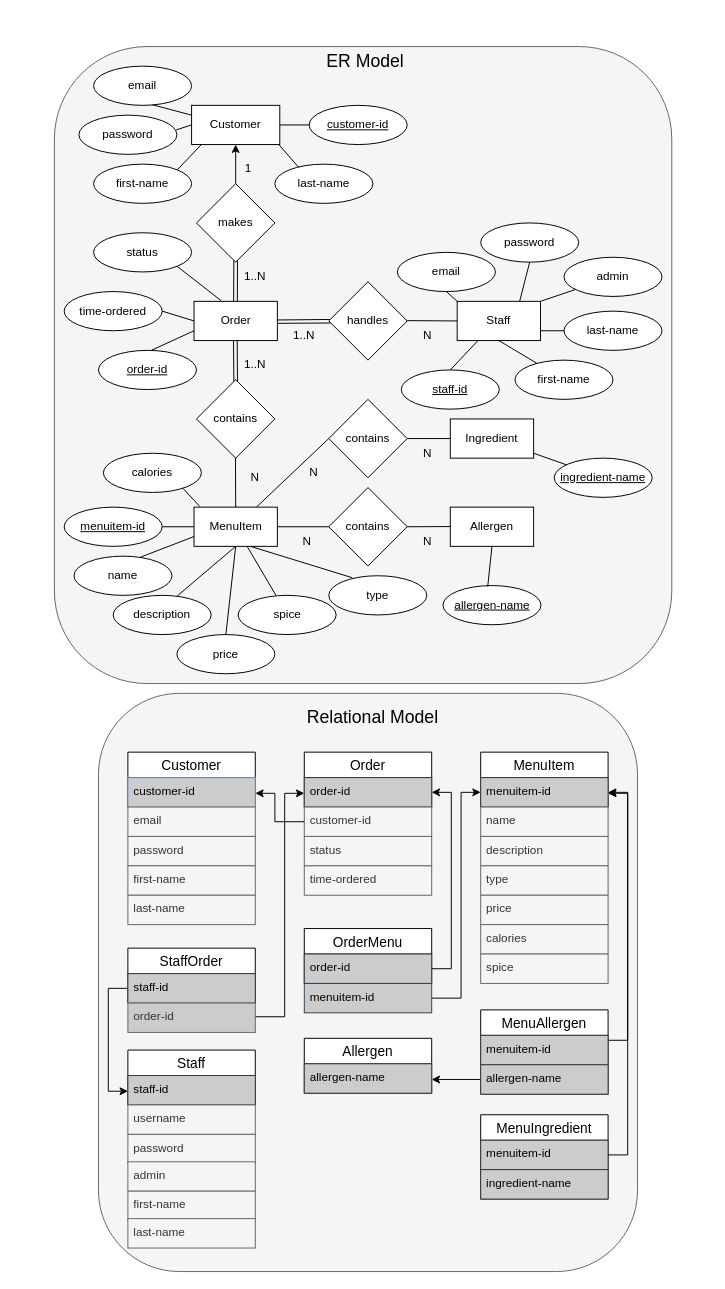
Before: backend/resources/entity_relation.drawio in Ideapersie/TeamProjec23, a draw.io diagram. Source tidied: cells renumbered, new cells numbered last; positions are measured from the earlier drawing's top-left corner, leaving out a move shared by most shapes. Both pictures are drawn from the tidied source at 98%, with x=0, y=0 at pixel (54, 46).
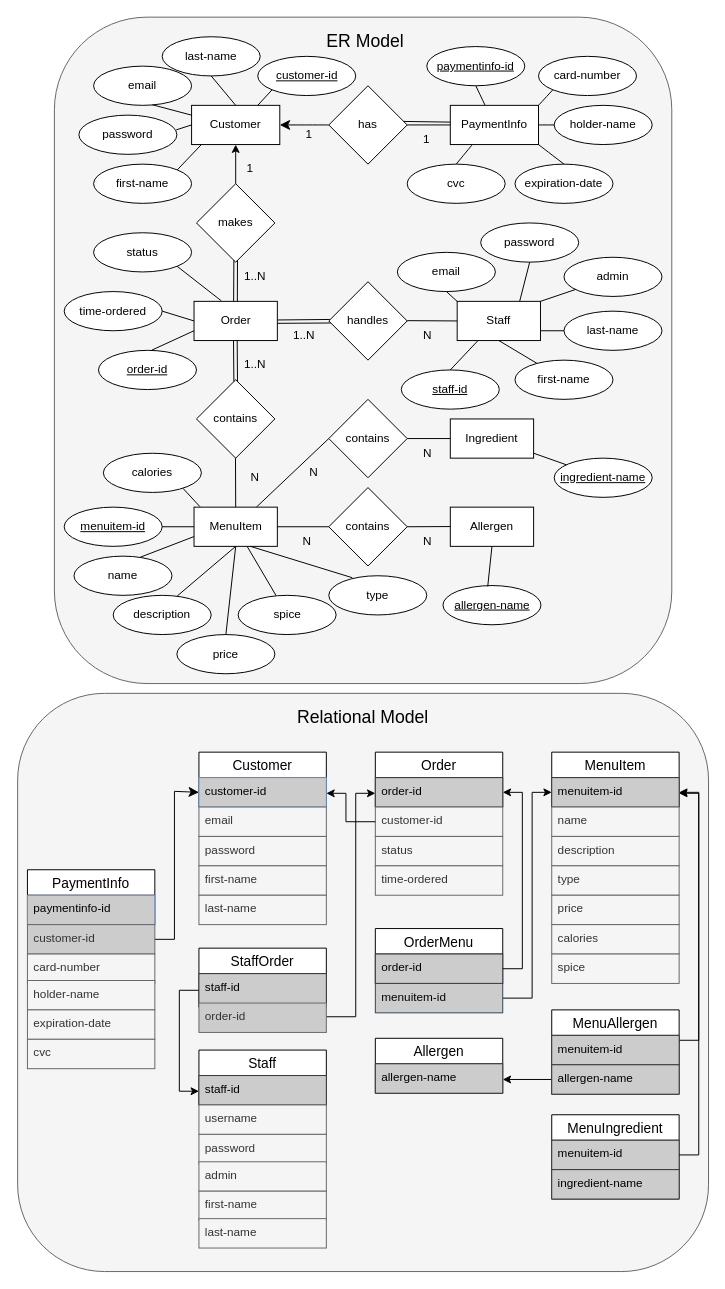
The same page after the edit.

Commit message:
Update ER diagram to contain PaymentInfo table

Users should be able to store their payment information for quicker checkout.

Unchanged cells that the change refers to:
```xml
<mxCell id="3" value="Customer" style="rounded=0;whiteSpace=wrap;html=1;" parent="1" vertex="1">
  <mxGeometry x="140" y="60" width="90" height="40" as="geometry" />
</mxCell>
<mxCell id="54" value="customer-id" style="text;strokeColor=#6c8ebf;fillColor=#CCCCCC;spacingLeft=4;spacingRight=4;overflow=hidden;points=[[0,0.5],[1,0.5]];portConstraint=eastwest;fontSize=12;whiteSpace=wrap;html=1;" parent="53" vertex="1">
  <mxGeometry y="26" width="130" height="30" as="geometry" />
</mxCell>
<mxCell id="61" value="Order" style="swimlane;fontStyle=0;horizontal=1;startSize=26;align=center;fontSize=14;" parent="60" vertex="1">
  <mxGeometry width="130" height="56" as="geometry" />
</mxCell>
<mxCell id="62" value="order-id" style="text;strokeColor=#36393d;fillColor=#CCCCCC;spacingLeft=4;spacingRight=4;overflow=hidden;points=[[0,0.5],[1,0.5]];portConstraint=eastwest;fontSize=12;whiteSpace=wrap;html=1;" parent="61" vertex="1">
  <mxGeometry y="26" width="130" height="30" as="geometry" />
</mxCell>
<mxCell id="63" value="customer-id" style="text;strokeColor=#666666;fillColor=#f5f5f5;spacingLeft=4;spacingRight=4;overflow=hidden;points=[[0,0.5],[1,0.5]];portConstraint=eastwest;fontSize=12;whiteSpace=wrap;html=1;fontColor=#333333;" parent="60" vertex="1">
  <mxGeometry y="56" width="130" height="30" as="geometry" />
</mxCell>
<mxCell id="69" value="MenuItem" style="swimlane;fontStyle=0;horizontal=1;startSize=26;align=center;fontSize=14;" parent="68" vertex="1">
  <mxGeometry width="130" height="56" as="geometry" />
</mxCell>
<mxCell id="70" value="menuitem-id" style="text;strokeColor=#36393d;fillColor=#CCCCCC;spacingLeft=4;spacingRight=4;overflow=hidden;points=[[0,0.5],[1,0.5]];portConstraint=eastwest;fontSize=12;whiteSpace=wrap;html=1;" parent="69" vertex="1">
  <mxGeometry y="26" width="130" height="30" as="geometry" />
</mxCell>
<mxCell id="78" value="order-id" style="text;strokeColor=#36393d;fillColor=#CCCCCC;spacingLeft=4;spacingRight=4;overflow=hidden;points=[[0,0.5],[1,0.5]];portConstraint=eastwest;fontSize=12;whiteSpace=wrap;html=1;" parent="77" vertex="1">
  <mxGeometry y="26" width="130" height="30" as="geometry" />
</mxCell>
<mxCell id="133" value="menuitem-id" style="text;strokeColor=#36393d;fillColor=#CCCCCC;spacingLeft=4;spacingRight=4;overflow=hidden;points=[[0,0.5],[1,0.5]];portConstraint=eastwest;fontSize=12;whiteSpace=wrap;html=1;" parent="132" vertex="1">
  <mxGeometry y="26" width="130" height="30" as="geometry" />
</mxCell>
<mxCell id="139" value="menuitem-id" style="text;strokeColor=#36393d;fillColor=#CCCCCC;spacingLeft=4;spacingRight=4;overflow=hidden;points=[[0,0.5],[1,0.5]];portConstraint=eastwest;fontSize=12;whiteSpace=wrap;html=1;" parent="138" vertex="1">
  <mxGeometry y="26" width="130" height="30" as="geometry" />
</mxCell>
```

The edit, as a diff of the source:
```diff
@@
     <mxCell id="2" style="rounded=1;whiteSpace=wrap;html=1;fillColor=#f5f5f5;fontColor=#333333;strokeColor=#666666;glass=0;shadow=0;" parent="1" vertex="1">
-      <mxGeometry width="630" height="650" as="geometry" />
+      <mxGeometry y="-30" width="630" height="680" as="geometry" />
     </mxCell>
@@
     <mxCell id="4" value="customer-id" style="ellipse;whiteSpace=wrap;html=1;align=center;fontStyle=4;" parent="1" vertex="1">
-      <mxGeometry x="260" y="60" width="100" height="40" as="geometry" />
+      <mxGeometry x="207.5" y="10" width="100" height="40" as="geometry" />
     </mxCell>
-    <mxCell id="5" style="endArrow=none;html=1;rounded=0;exitX=1;exitY=0.5;exitDx=0;exitDy=0;entryX=0;entryY=0.5;entryDx=0;entryDy=0;" parent="1" edge="1" source="3" target="4">
+    <mxCell id="5" style="endArrow=none;html=1;rounded=0;exitX=0.75;exitY=0;exitDx=0;exitDy=0;entryX=0;entryY=1;entryDx=0;entryDy=0;" parent="1" edge="1" source="3" target="4">
       <mxGeometry relative="1" as="geometry" />
     </mxCell>
@@
     <mxCell id="52" style="rounded=1;whiteSpace=wrap;html=1;fillColor=#f5f5f5;fontColor=#333333;strokeColor=#666666;glass=0;shadow=0;" parent="1" vertex="1">
-      <mxGeometry x="45" y="660" width="550" height="590" as="geometry" />
+      <mxGeometry x="-37.5" y="660" width="705" height="590" as="geometry" />
     </mxCell>
     <mxCell id="53" value="Customer" style="swimlane;fontStyle=0;horizontal=1;startSize=26;align=center;fontSize=14;" parent="1" vertex="1">
-      <mxGeometry x="75" y="720" width="130" height="56" as="geometry" />
+      <mxGeometry x="147.5" y="720" width="130" height="56" as="geometry" />
     </mxCell>
@@
     <mxCell id="55" value="1" style="text;html=1;strokeColor=none;fillColor=none;align=center;verticalAlign=middle;whiteSpace=wrap;rounded=0;" parent="1" vertex="1">
-      <mxGeometry x="167.5" y="110" width="60" height="30" as="geometry" />
+      <mxGeometry x="170" y="110" width="60" height="30" as="geometry" />
     </mxCell>
@@
     <mxCell id="59" style="group;" parent="1" vertex="1">
-      <mxGeometry x="255" y="720" width="130" height="146" as="geometry" />
+      <mxGeometry x="327.5" y="720" width="130" height="146" as="geometry" />
     </mxCell>
@@
     <mxCell id="66" style="group;" parent="1" vertex="1">
-      <mxGeometry x="435" y="720" width="130" height="236" as="geometry" />
+      <mxGeometry x="507.5" y="720" width="130" height="236" as="geometry" />
     </mxCell>
@@
     <mxCell id="77" value="OrderMenu" style="swimlane;fontStyle=0;horizontal=1;startSize=26;align=center;fontSize=14;" parent="1" vertex="1">
-      <mxGeometry x="255" y="900" width="130" height="56" as="geometry" />
+      <mxGeometry x="327.5" y="900" width="130" height="56" as="geometry" />
     </mxCell>
@@
     <mxCell id="79" style="edgeStyle=orthogonalEdgeStyle;rounded=0;jettySize=auto;html=1;" parent="1" edge="1" source="80" target="70">
       <mxGeometry relative="1" as="geometry">
         <Array as="points">
-          <mxPoint x="415" y="971" />
-          <mxPoint x="415" y="761" />
+          <mxPoint x="487.5" y="971" />
+          <mxPoint x="487.5" y="761" />
         </Array>
       </mxGeometry>
     </mxCell>
     <mxCell id="80" value="&lt;font color=&quot;#030303&quot;&gt;menuitem-id&lt;/font&gt;" style="text;strokeColor=#314354;fillColor=#CCCCCC;spacingLeft=4;spacingRight=4;overflow=hidden;points=[[0,0.5],[1,0.5]];portConstraint=eastwest;fontSize=12;whiteSpace=wrap;html=1;fontColor=#ffffff;" parent="1" vertex="1">
-      <mxGeometry x="255" y="956" width="130" height="30" as="geometry" />
+      <mxGeometry x="327.5" y="956" width="130" height="30" as="geometry" />
     </mxCell>
     <mxCell id="81" style="edgeStyle=orthogonalEdgeStyle;rounded=0;jettySize=auto;html=1;entryX=1;entryY=0.75;entryDx=0;entryDy=0;" parent="1" edge="1" source="63" target="53">
       <mxGeometry relative="1" as="geometry">
         <Array as="points">
-          <mxPoint x="225" y="791" />
-          <mxPoint x="225" y="762" />
+          <mxPoint x="297.5" y="791" />
+          <mxPoint x="297.5" y="762" />
         </Array>
       </mxGeometry>
     </mxCell>
     <mxCell id="82" style="edgeStyle=orthogonalEdgeStyle;rounded=0;jettySize=auto;html=1;entryX=1;entryY=0.5;entryDx=0;entryDy=0;" parent="1" edge="1" source="78" target="62">
       <mxGeometry relative="1" as="geometry">
         <Array as="points">
-          <mxPoint x="405" y="941" />
-          <mxPoint x="405" y="761" />
+          <mxPoint x="477.5" y="941" />
+          <mxPoint x="477.5" y="761" />
         </Array>
       </mxGeometry>
     </mxCell>
     <mxCell id="83" style="group;" parent="1" vertex="1">
-      <mxGeometry x="75" y="1080" width="130" height="146" as="geometry" />
+      <mxGeometry x="147.5" y="1080" width="130" height="146" as="geometry" />
     </mxCell>
@@
     <mxCell id="90" style="edgeStyle=orthogonalEdgeStyle;rounded=0;jettySize=auto;html=1;entryX=0;entryY=0.75;entryDx=0;entryDy=0;exitX=1;exitY=0.5;exitDx=0;exitDy=0;" parent="1" edge="1" source="121" target="61">
       <mxGeometry relative="1" as="geometry">
         <Array as="points">
-          <mxPoint x="205" y="990" />
-          <mxPoint x="235" y="990" />
-          <mxPoint x="235" y="762" />
+          <mxPoint x="277.5" y="990" />
+          <mxPoint x="307.5" y="990" />
+          <mxPoint x="307.5" y="762" />
         </Array>
       </mxGeometry>
     </mxCell>
@@
     <mxCell id="92" style="edgeStyle=orthogonalEdgeStyle;rounded=0;jettySize=auto;html=1;entryX=1;entryY=0.75;entryDx=0;entryDy=0;" parent="1" edge="1" source="133" target="69">
       <mxGeometry relative="1" as="geometry">
         <Array as="points">
-          <mxPoint x="585" y="1014" />
-          <mxPoint x="585" y="762" />
+          <mxPoint x="657.5" y="1014" />
+          <mxPoint x="657.5" y="762" />
         </Array>
       </mxGeometry>
     </mxCell>
@@
     <mxCell id="97" value="&lt;font style=&quot;font-size: 18px;&quot;&gt;ER Model&lt;/font&gt;" style="text;html=1;strokeColor=none;fillColor=none;align=center;verticalAlign=middle;whiteSpace=wrap;rounded=0;" parent="1" vertex="1">
-      <mxGeometry x="250" width="135" height="30" as="geometry" />
+      <mxGeometry x="250" y="-20" width="135" height="30" as="geometry" />
     </mxCell>
     <mxCell id="98" value="&lt;font style=&quot;font-size: 18px;&quot;&gt;Relational Model&lt;/font&gt;" style="text;html=1;strokeColor=none;fillColor=none;align=center;verticalAlign=middle;whiteSpace=wrap;rounded=0;" parent="1" vertex="1">
-      <mxGeometry x="255" y="670" width="140" height="30" as="geometry" />
+      <mxGeometry x="245" y="670" width="140" height="30" as="geometry" />
     </mxCell>
@@
     <mxCell id="101" value="admin" style="text;strokeColor=#666666;fillColor=#f5f5f5;spacingLeft=4;spacingRight=4;overflow=hidden;fontSize=12;whiteSpace=wrap;html=1;fontColor=#333333;" parent="1" vertex="1">
-      <mxGeometry x="75" y="1138" width="130" height="30" as="geometry" />
+      <mxGeometry x="147.5" y="1138" width="130" height="30" as="geometry" />
     </mxCell>
@@
     <mxCell id="106" value="first-name" style="text;strokeColor=#666666;fillColor=#f5f5f5;spacingLeft=4;spacingRight=4;overflow=hidden;fontSize=12;whiteSpace=wrap;html=1;fontColor=#333333;" parent="1" vertex="1">
-      <mxGeometry x="75" y="1168" width="130" height="30" as="geometry" />
+      <mxGeometry x="147.5" y="1168" width="130" height="30" as="geometry" />
     </mxCell>
     <mxCell id="107" value="last-name" style="text;strokeColor=#666666;fillColor=#f5f5f5;spacingLeft=4;spacingRight=4;overflow=hidden;fontSize=12;whiteSpace=wrap;html=1;fontColor=#333333;" parent="1" vertex="1">
-      <mxGeometry x="75" y="1196" width="130" height="30" as="geometry" />
+      <mxGeometry x="147.5" y="1196" width="130" height="30" as="geometry" />
     </mxCell>
@@
     <mxCell id="110" value="last-name" style="ellipse;whiteSpace=wrap;html=1;align=center;" parent="1" vertex="1">
-      <mxGeometry x="225" y="120" width="100" height="40" as="geometry" />
+      <mxGeometry x="110" y="-10" width="100" height="40" as="geometry" />
     </mxCell>
@@
-    <mxCell id="115" style="endArrow=none;html=1;rounded=0;exitX=0.242;exitY=0.08;exitDx=0;exitDy=0;entryX=0.111;entryY=1;entryDx=0;entryDy=0;entryPerimeter=0;exitPerimeter=0;" parent="1" edge="1" source="110">
-      <mxGeometry relative="1" as="geometry">
-        <mxPoint x="229" y="100" as="targetPoint" />
-      </mxGeometry>
+    <mxCell id="115" style="endArrow=none;html=1;rounded=0;entryX=0.5;entryY=0;entryDx=0;entryDy=0;exitX=0.5;exitY=1;exitDx=0;exitDy=0;" parent="1" edge="1" source="110" target="3">
+      <mxGeometry relative="1" as="geometry" />
     </mxCell>
     <mxCell id="116" value="email" style="text;strokeColor=#666666;fillColor=#f5f5f5;spacingLeft=4;spacingRight=4;overflow=hidden;fontSize=12;whiteSpace=wrap;html=1;fontColor=#333333;" parent="1" vertex="1">
-      <mxGeometry x="75" y="776" width="130" height="30" as="geometry" />
+      <mxGeometry x="147.5" y="776" width="130" height="30" as="geometry" />
     </mxCell>
     <mxCell id="117" value="password" style="text;strokeColor=#666666;fillColor=#f5f5f5;spacingLeft=4;spacingRight=4;overflow=hidden;fontSize=12;whiteSpace=wrap;html=1;fontColor=#333333;" parent="1" vertex="1">
-      <mxGeometry x="75" y="806" width="130" height="30" as="geometry" />
+      <mxGeometry x="147.5" y="806" width="130" height="30" as="geometry" />
     </mxCell>
     <mxCell id="118" value="first-name" style="text;strokeColor=#666666;fillColor=#f5f5f5;spacingLeft=4;spacingRight=4;overflow=hidden;fontSize=12;whiteSpace=wrap;html=1;fontColor=#333333;" parent="1" vertex="1">
-      <mxGeometry x="75" y="836" width="130" height="30" as="geometry" />
+      <mxGeometry x="147.5" y="836" width="130" height="30" as="geometry" />
     </mxCell>
     <mxCell id="119" value="StaffOrder" style="swimlane;fontStyle=0;horizontal=1;startSize=26;align=center;fontSize=14;" parent="1" vertex="1">
-      <mxGeometry x="75" y="920" width="130" height="56" as="geometry" />
+      <mxGeometry x="147.5" y="920" width="130" height="60" as="geometry" />
     </mxCell>
     <mxCell id="120" value="staff-id" style="text;strokeColor=#36393d;fillColor=#CCCCCC;spacingLeft=4;spacingRight=4;overflow=hidden;points=[[0,0.5],[1,0.5]];portConstraint=eastwest;fontSize=12;whiteSpace=wrap;html=1;" parent="119" vertex="1">
-      <mxGeometry y="26" width="130" height="30" as="geometry" />
+      <mxGeometry y="26" width="130" height="34" as="geometry" />
     </mxCell>
     <mxCell id="121" value="order-id" style="text;strokeColor=#666666;fillColor=#CCCCCC;spacingLeft=4;spacingRight=4;overflow=hidden;points=[[0,0.5],[1,0.5]];portConstraint=eastwest;fontSize=12;whiteSpace=wrap;html=1;fontColor=#333333;" parent="1" vertex="1">
-      <mxGeometry x="75" y="976" width="130" height="30" as="geometry" />
+      <mxGeometry x="147.5" y="976" width="130" height="30" as="geometry" />
     </mxCell>
     <mxCell id="122" value="last-name" style="text;strokeColor=#666666;fillColor=#f5f5f5;spacingLeft=4;spacingRight=4;overflow=hidden;fontSize=12;whiteSpace=wrap;html=1;fontColor=#333333;" parent="1" vertex="1">
-      <mxGeometry x="75" y="866" width="130" height="30" as="geometry" />
+      <mxGeometry x="147.5" y="866" width="130" height="30" as="geometry" />
     </mxCell>
@@
     <mxCell id="132" value="MenuAllergen" style="swimlane;fontStyle=0;horizontal=1;startSize=26;align=center;fontSize=14;" parent="1" vertex="1">
-      <mxGeometry x="435" y="983" width="130" height="86" as="geometry" />
+      <mxGeometry x="507.5" y="983" width="130" height="86" as="geometry" />
     </mxCell>
@@
     <mxCell id="135" style="group;" parent="1" vertex="1">
-      <mxGeometry x="255" y="1012" width="130" height="116" as="geometry" />
+      <mxGeometry x="327.5" y="1012" width="130" height="116" as="geometry" />
     </mxCell>
@@
     <mxCell id="138" value="MenuIngredient" style="swimlane;fontStyle=0;horizontal=1;startSize=26;align=center;fontSize=14;" parent="1" vertex="1">
-      <mxGeometry x="435" y="1090" width="130" height="86" as="geometry" />
+      <mxGeometry x="507.5" y="1090" width="130" height="86" as="geometry" />
     </mxCell>
@@
     <mxCell id="141" style="edgeStyle=orthogonalEdgeStyle;rounded=0;jettySize=auto;html=1;entryX=1;entryY=0.5;entryDx=0;entryDy=0;" parent="1" edge="1" source="139" target="70">
       <mxGeometry relative="1" as="geometry">
         <Array as="points">
-          <mxPoint x="585" y="1131" />
-          <mxPoint x="585" y="761" />
+          <mxPoint x="657.5" y="1131" />
+          <mxPoint x="657.5" y="761" />
         </Array>
       </mxGeometry>
     </mxCell>
+    <mxCell id="142" style="edgeStyle=none;curved=1;rounded=0;jettySize=auto;html=1;entryX=1;entryY=0.5;entryDx=0;entryDy=0;fontSize=12;startSize=8;endSize=8;" parent="1" edge="1" source="143" target="3">
+      <mxGeometry relative="1" as="geometry" />
+    </mxCell>
+    <mxCell id="143" value="has" style="rhombus;whiteSpace=wrap;html=1;" parent="1" vertex="1">
+      <mxGeometry x="280" y="40" width="80" height="80" as="geometry" />
+    </mxCell>
+    <mxCell id="144" style="endArrow=none;html=1;rounded=0;exitX=0.067;exitY=0.43;exitDx=0;exitDy=0;exitPerimeter=0;entryX=0.954;entryY=0.455;entryDx=0;entryDy=0;entryPerimeter=0;" parent="1" edge="1" source="151" target="143">
+      <mxGeometry relative="1" as="geometry" />
+    </mxCell>
+    <mxCell id="145" style="endArrow=none;html=1;rounded=0;" parent="1" edge="1" source="151" target="143">
+      <mxGeometry relative="1" as="geometry" />
+    </mxCell>
+    <mxCell id="146" style="edgeStyle=none;curved=1;rounded=0;jettySize=auto;html=1;entryX=0.5;entryY=1;entryDx=0;entryDy=0;fontSize=12;strokeColor=default;endArrow=none;endFill=0;" parent="1" edge="1" source="151" target="152">
+      <mxGeometry relative="1" as="geometry" />
+    </mxCell>
+    <mxCell id="147" style="edgeStyle=none;curved=1;rounded=0;jettySize=auto;html=1;exitX=1;exitY=0;exitDx=0;exitDy=0;entryX=0;entryY=1;entryDx=0;entryDy=0;fontSize=12;startSize=8;endSize=8;endArrow=none;endFill=0;" parent="1" edge="1" source="151" target="153">
+      <mxGeometry relative="1" as="geometry" />
+    </mxCell>
+    <mxCell id="148" style="edgeStyle=none;curved=1;rounded=0;jettySize=auto;html=1;exitX=1;exitY=0.5;exitDx=0;exitDy=0;entryX=0;entryY=0.5;entryDx=0;entryDy=0;fontSize=12;startSize=8;endSize=8;endArrow=none;endFill=0;" parent="1" edge="1" source="151" target="154">
+      <mxGeometry relative="1" as="geometry" />
+    </mxCell>
+    <mxCell id="149" style="edgeStyle=none;curved=1;rounded=0;jettySize=auto;html=1;exitX=1;exitY=1;exitDx=0;exitDy=0;entryX=0.5;entryY=0;entryDx=0;entryDy=0;fontSize=12;startSize=8;endSize=8;endArrow=none;endFill=0;" parent="1" edge="1" source="151" target="155">
+      <mxGeometry relative="1" as="geometry" />
+    </mxCell>
+    <mxCell id="150" style="edgeStyle=none;curved=1;rounded=0;jettySize=auto;html=1;exitX=0.25;exitY=1;exitDx=0;exitDy=0;entryX=0.5;entryY=0;entryDx=0;entryDy=0;fontSize=12;startSize=8;endSize=8;endArrow=none;endFill=0;" parent="1" edge="1" source="151" target="156">
+      <mxGeometry relative="1" as="geometry" />
+    </mxCell>
+    <mxCell id="151" value="PaymentInfo" style="rounded=0;whiteSpace=wrap;html=1;" parent="1" vertex="1">
+      <mxGeometry x="404" y="60" width="90" height="40" as="geometry" />
+    </mxCell>
+    <mxCell id="152" value="paymentinfo-id" style="ellipse;whiteSpace=wrap;html=1;align=center;fontStyle=4;" parent="1" vertex="1">
+      <mxGeometry x="380" width="100" height="40" as="geometry" />
+    </mxCell>
+    <mxCell id="153" value="card-number" style="ellipse;whiteSpace=wrap;html=1;align=center;" parent="1" vertex="1">
+      <mxGeometry x="494" y="10" width="100" height="40" as="geometry" />
+    </mxCell>
+    <mxCell id="154" value="holder-name" style="ellipse;whiteSpace=wrap;html=1;align=center;" parent="1" vertex="1">
+      <mxGeometry x="510" y="60" width="100" height="40" as="geometry" />
+    </mxCell>
+    <mxCell id="155" value="expiration-date" style="ellipse;whiteSpace=wrap;html=1;align=center;" parent="1" vertex="1">
+      <mxGeometry x="470" y="120" width="100" height="40" as="geometry" />
+    </mxCell>
+    <mxCell id="156" value="cvc" style="ellipse;whiteSpace=wrap;html=1;align=center;" parent="1" vertex="1">
+      <mxGeometry x="360" y="120" width="100" height="40" as="geometry" />
+    </mxCell>
+    <mxCell id="157" value="PaymentInfo" style="swimlane;fontStyle=0;horizontal=1;startSize=26;align=center;fontSize=14;" parent="1" vertex="1">
+      <mxGeometry x="-27.5" y="840" width="130" height="56" as="geometry" />
+    </mxCell>
+    <mxCell id="158" value="paymentinfo-id" style="text;strokeColor=#6c8ebf;fillColor=#CCCCCC;spacingLeft=4;spacingRight=4;overflow=hidden;fontSize=12;whiteSpace=wrap;html=1;" parent="157" vertex="1">
+      <mxGeometry y="26" width="130" height="30" as="geometry" />
+    </mxCell>
+    <mxCell id="159" style="edgeStyle=none;curved=0;rounded=0;jettySize=auto;html=1;entryX=0;entryY=0.5;entryDx=0;entryDy=0;fontSize=12;startSize=8;endSize=8;exitX=1;exitY=0.5;exitDx=0;exitDy=0;" parent="1" edge="1" source="160" target="54">
+      <mxGeometry relative="1" as="geometry">
+        <Array as="points">
+          <mxPoint x="122.5" y="911" />
+          <mxPoint x="122.5" y="760" />
+        </Array>
+      </mxGeometry>
+    </mxCell>
+    <mxCell id="160" value="customer-id" style="text;strokeColor=#666666;fillColor=#CCCCCC;spacingLeft=4;spacingRight=4;overflow=hidden;points=[[0,0.5],[1,0.5]];portConstraint=eastwest;fontSize=12;whiteSpace=wrap;html=1;fontColor=#333333;" parent="1" vertex="1">
+      <mxGeometry x="-27.5" y="896" width="130" height="30" as="geometry" />
+    </mxCell>
+    <mxCell id="161" value="card-number" style="text;strokeColor=#666666;fillColor=#f5f5f5;spacingLeft=4;spacingRight=4;overflow=hidden;fontSize=12;whiteSpace=wrap;html=1;fontColor=#333333;" parent="1" vertex="1">
+      <mxGeometry x="-27.5" y="926" width="130" height="30" as="geometry" />
+    </mxCell>
+    <mxCell id="162" value="holder-name" style="text;strokeColor=#666666;fillColor=#f5f5f5;spacingLeft=4;spacingRight=4;overflow=hidden;fontSize=12;whiteSpace=wrap;html=1;fontColor=#333333;" parent="1" vertex="1">
+      <mxGeometry x="-27.5" y="953" width="130" height="30" as="geometry" />
+    </mxCell>
+    <mxCell id="163" value="expiration-date" style="text;strokeColor=#666666;fillColor=#f5f5f5;spacingLeft=4;spacingRight=4;overflow=hidden;fontSize=12;whiteSpace=wrap;html=1;fontColor=#333333;" parent="1" vertex="1">
+      <mxGeometry x="-27.5" y="983" width="130" height="30" as="geometry" />
+    </mxCell>
+    <mxCell id="164" value="cvc" style="text;strokeColor=#666666;fillColor=#f5f5f5;spacingLeft=4;spacingRight=4;overflow=hidden;fontSize=12;whiteSpace=wrap;html=1;fontColor=#333333;" parent="1" vertex="1">
+      <mxGeometry x="-27.5" y="1013" width="130" height="30" as="geometry" />
+    </mxCell>
+    <mxCell id="165" value="1" style="text;html=1;strokeColor=none;fillColor=none;align=center;verticalAlign=middle;whiteSpace=wrap;rounded=0;" parent="1" vertex="1">
+      <mxGeometry x="230" y="75" width="60" height="30" as="geometry" />
+    </mxCell>
+    <mxCell id="166" value="1" style="text;html=1;strokeColor=none;fillColor=none;align=center;verticalAlign=middle;whiteSpace=wrap;rounded=0;" parent="1" vertex="1">
+      <mxGeometry x="350" y="80" width="60" height="30" as="geometry" />
+    </mxCell>
```
